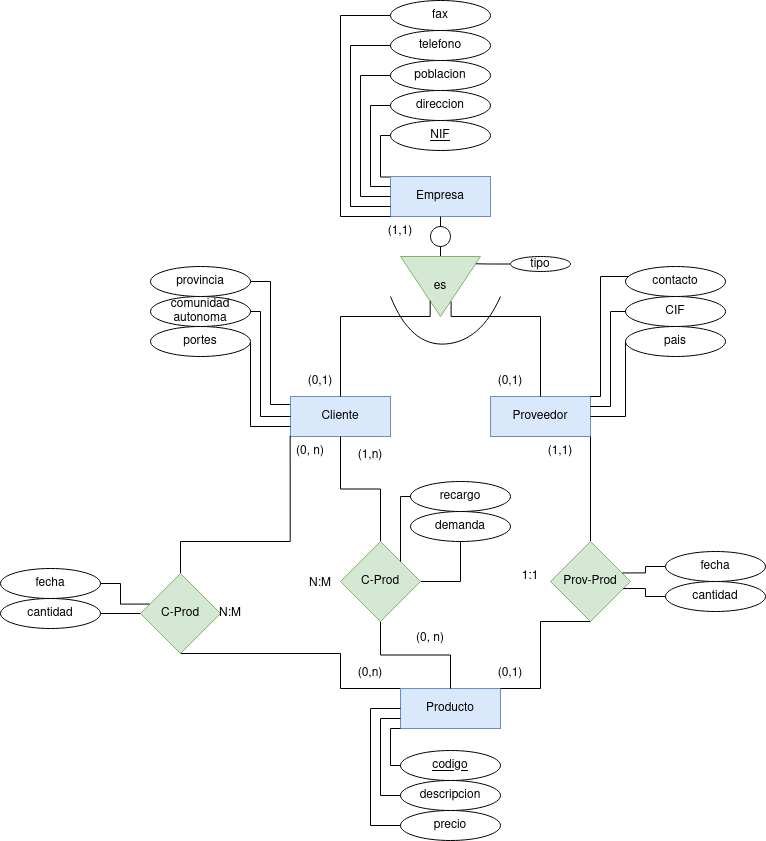
Above: Unidad_1/Tareas/Tareas_entregables/Tarea_4/Empresa.drawio.png in OxideVanadium/base_de_datos (draw.io), before the change. Source tidied: cells renumbered, new cells last; positions are measured from the earlier drawing's top-left corner, leaving out a move shared by most shapes.
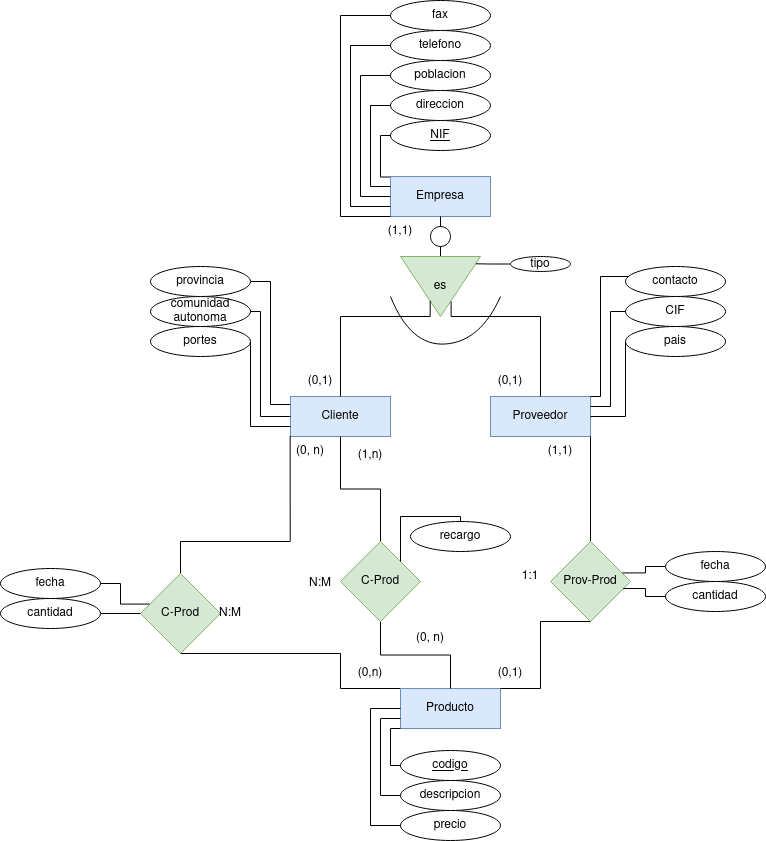
The same file after the commit.

Diff of the diagram source:
```diff
@@ -289,14 +289,8 @@
       </mxGeometry>
     </mxCell>
     <mxCell id="63" value="recargo" style="ellipse;whiteSpace=wrap;html=1;align=center;" parent="1" vertex="1">
-      <mxGeometry x="410" y="481" width="100" height="30" as="geometry" />
+      <mxGeometry x="410" y="521" width="100" height="30" as="geometry" />
     </mxCell>
-    <mxCell id="64" style="edgeStyle=orthogonalEdgeStyle;rounded=0;jettySize=auto;html=1;entryX=1;entryY=0.5;entryDx=0;entryDy=0;endArrow=none;endFill=0;" parent="1" edge="1" source="65" target="72">
-      <mxGeometry relative="1" as="geometry" />
-    </mxCell>
-    <mxCell id="65" value="demanda" style="ellipse;whiteSpace=wrap;html=1;align=center;" parent="1" vertex="1">
-      <mxGeometry x="410" y="511" width="100" height="30" as="geometry" />
-    </mxCell>
     <mxCell id="66" style="edgeStyle=orthogonalEdgeStyle;rounded=0;jettySize=auto;html=1;entryX=0.898;entryY=0.393;entryDx=0;entryDy=0;entryPerimeter=0;endArrow=none;endFill=0;" parent="1" edge="1" source="67" target="36">
       <mxGeometry relative="1" as="geometry" />
     </mxCell>
@@ -321,7 +315,8 @@
     <mxCell id="73" style="edgeStyle=orthogonalEdgeStyle;rounded=0;jettySize=auto;html=1;entryX=1;entryY=0;entryDx=0;entryDy=0;endArrow=none;endFill=0;" parent="1" edge="1" source="63" target="72">
       <mxGeometry relative="1" as="geometry">
         <Array as="points">
-          <mxPoint x="400" y="496" />
+          <mxPoint x="460" y="516" />
+          <mxPoint x="400" y="516" />
         </Array>
       </mxGeometry>
     </mxCell>
```
